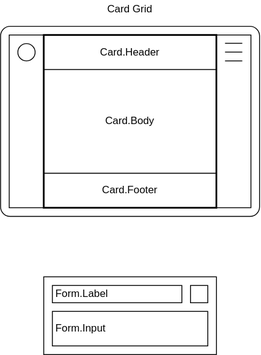
Earlier version of the draw.io export packages/ui/react-ui-mosaic/docs/mosaic.drawio.svg (dxos/dxos). Source tidied: cells renumbered, new cells last; positions are measured from the earlier drawing's top-left corner, leaving out a move shared by most shapes.
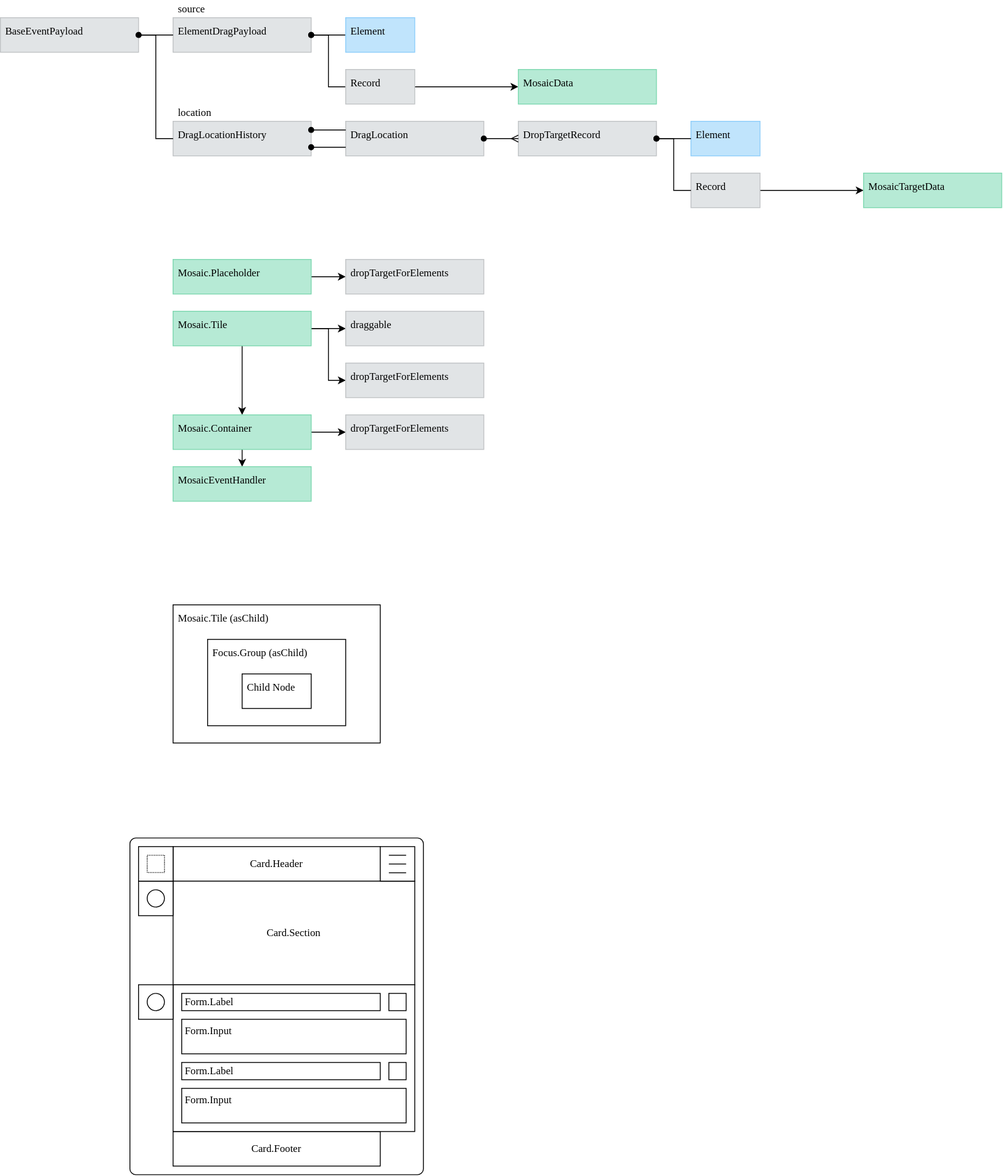
The same file after the commit.

Diff of the diagram source:
```diff
@@ -2,65 +2,241 @@
   <root>
     <mxCell id="0" />
     <mxCell id="1" parent="0" />
-    <mxCell id="2" style="rounded=0;whiteSpace=wrap;html=1;" parent="1" vertex="1">
-      <mxGeometry x="50" y="320" width="200" height="90" as="geometry" />
-    </mxCell>
-    <mxCell id="3" style="rounded=1;whiteSpace=wrap;html=1;arcSize=5;" parent="1" vertex="1">
-      <mxGeometry y="30" width="300" height="220" as="geometry" />
+    <mxCell id="3" style="rounded=1;whiteSpace=wrap;html=1;arcSize=2;fontFamily=Space Grotesk;" parent="1" vertex="1">
+      <mxGeometry y="30" width="340" height="390" as="geometry" />
     </mxCell>
-    <mxCell id="4" style="rounded=0;whiteSpace=wrap;html=1;" parent="1" vertex="1">
-      <mxGeometry x="10" y="40" width="40" height="200" as="geometry" />
-    </mxCell>
-    <mxCell id="5" value="Card.Header" style="rounded=0;whiteSpace=wrap;html=1;" parent="1" vertex="1">
-      <mxGeometry x="50" y="40" width="200" height="40" as="geometry" />
+    <mxCell id="5" value="Card.Header" style="rounded=0;whiteSpace=wrap;html=1;fontFamily=Space Grotesk;" parent="1" vertex="1">
+      <mxGeometry x="50" y="40" width="240" height="40" as="geometry" />
     </mxCell>
-    <mxCell id="6" style="rounded=0;whiteSpace=wrap;html=1;" parent="1" vertex="1">
-      <mxGeometry x="250" y="40" width="40" height="200" as="geometry" />
-    </mxCell>
-    <mxCell id="7" value="Card.Footer" style="rounded=0;whiteSpace=wrap;html=1;" parent="1" vertex="1">
-      <mxGeometry x="50" y="200" width="200" height="40" as="geometry" />
+    <mxCell id="7" value="Card.Footer" style="rounded=0;whiteSpace=wrap;html=1;fontFamily=Space Grotesk;" parent="1" vertex="1">
+      <mxGeometry x="50" y="370" width="240" height="40" as="geometry" />
     </mxCell>
-    <mxCell id="8" value="Card.Body" style="rounded=0;whiteSpace=wrap;html=1;" parent="1" vertex="1">
-      <mxGeometry x="50" y="80" width="200" height="120" as="geometry" />
+    <mxCell id="8" value="Card.Section" style="rounded=0;whiteSpace=wrap;html=1;fontFamily=Space Grotesk;" parent="1" vertex="1">
+      <mxGeometry x="50" y="80" width="280" height="120" as="geometry" />
     </mxCell>
-    <mxCell id="9" value="Card Grid" style="rounded=0;whiteSpace=wrap;html=1;fillColor=none;strokeColor=none;" parent="1" vertex="1">
-      <mxGeometry x="10" width="280" height="20" as="geometry" />
-    </mxCell>
-    <mxCell id="10" style="ellipse;whiteSpace=wrap;html=1;fillColor=none;" parent="1" vertex="1">
-      <mxGeometry x="20" y="50" width="20" height="20" as="geometry" />
-    </mxCell>
-    <mxCell id="11" value="Form.Input" style="rounded=0;whiteSpace=wrap;html=1;align=left;spacingLeft=2;" parent="1" vertex="1">
-      <mxGeometry x="60" y="360" width="180" height="40" as="geometry" />
-    </mxCell>
-    <mxCell id="12" style="rounded=0;whiteSpace=wrap;html=1;" parent="1" vertex="1">
-      <mxGeometry x="220" y="330" width="20" height="20" as="geometry" />
-    </mxCell>
-    <mxCell id="13" value="Form.Label" style="rounded=0;whiteSpace=wrap;html=1;align=left;spacingLeft=2;" parent="1" vertex="1">
-      <mxGeometry x="60" y="330" width="150" height="20" as="geometry" />
-    </mxCell>
-    <mxCell id="14" style="rounded=0;whiteSpace=wrap;html=1;fillColor=none;strokeWidth=2;" parent="1" vertex="1">
-      <mxGeometry x="50" y="40" width="200" height="200" as="geometry" />
-    </mxCell>
+    <mxCell id="19" value="Mosaic.Tile (asChild)" style="rounded=0;whiteSpace=wrap;html=1;align=left;verticalAlign=top;spacingTop=2;spacingLeft=4;spacingBottom=2;spacingRight=4;fontFamily=Space Grotesk;" parent="1" vertex="1">
+      <mxGeometry x="50" y="-240" width="240" height="160" as="geometry" />
+    </mxCell>
+    <mxCell id="20" value="Focus.Group (asChild)" style="rounded=0;whiteSpace=wrap;html=1;align=left;verticalAlign=top;spacingTop=2;spacingLeft=4;spacingBottom=2;spacingRight=4;fontFamily=Space Grotesk;" parent="1" vertex="1">
+      <mxGeometry x="90" y="-200" width="160" height="100" as="geometry" />
+    </mxCell>
+    <mxCell id="21" value="Child Node" style="rounded=0;whiteSpace=wrap;html=1;align=left;verticalAlign=top;spacingTop=2;spacingLeft=4;spacingBottom=2;spacingRight=4;fontFamily=Space Grotesk;" parent="1" vertex="1">
+      <mxGeometry x="130" y="-160" width="80" height="40" as="geometry" />
+    </mxCell>
+    <mxCell id="22" value="ElementDragPayload" style="rounded=0;whiteSpace=wrap;html=1;align=left;verticalAlign=top;spacingTop=2;spacingLeft=4;spacingBottom=2;spacingRight=4;fontFamily=Space Grotesk;fillColor=#E1E4E6;fontColor=#000000;strokeColor=#C0C3C5;" parent="1" vertex="1">
+      <mxGeometry x="50" y="-920" width="160" height="40" as="geometry" />
+    </mxCell>
+    <mxCell id="23" value="DragLocationHistory" style="rounded=0;whiteSpace=wrap;html=1;align=left;verticalAlign=top;spacingTop=2;spacingLeft=4;spacingBottom=2;spacingRight=4;fontFamily=Space Grotesk;fillColor=#E1E4E6;fontColor=#000000;strokeColor=#C0C3C5;" parent="1" vertex="1">
+      <mxGeometry x="50" y="-800" width="160" height="40" as="geometry" />
+    </mxCell>
+    <mxCell id="24" value="DragLocation" style="rounded=0;whiteSpace=wrap;html=1;align=left;verticalAlign=top;spacingTop=2;spacingLeft=4;spacingBottom=2;spacingRight=4;fontFamily=Space Grotesk;fillColor=#E1E4E6;fontColor=#000000;strokeColor=#C0C3C5;" parent="1" vertex="1">
+      <mxGeometry x="250" y="-800" width="160" height="40" as="geometry" />
+    </mxCell>
+    <mxCell id="25" value="DropTargetRecord" style="rounded=0;whiteSpace=wrap;html=1;align=left;verticalAlign=top;spacingTop=2;spacingLeft=4;spacingBottom=2;spacingRight=4;fontFamily=Space Grotesk;fillColor=#E1E4E6;fontColor=#000000;strokeColor=#C0C3C5;" parent="1" vertex="1">
+      <mxGeometry x="450" y="-800" width="160" height="40" as="geometry" />
+    </mxCell>
+    <mxCell id="26" value="Element" style="rounded=0;whiteSpace=wrap;html=1;align=left;verticalAlign=top;spacingTop=2;spacingLeft=4;spacingBottom=2;spacingRight=4;fontFamily=Space Grotesk;fillColor=#C0E4FC;fontColor=#000000;strokeColor=#8DCDFA;" parent="1" vertex="1">
+      <mxGeometry x="650" y="-800" width="80" height="40" as="geometry" />
+    </mxCell>
+    <mxCell id="27" style="edgeStyle=none;rounded=0;html=1;exitX=1;exitY=0.5;exitDx=0;exitDy=0;fontFamily=Space Grotesk;startArrow=none;startFill=0;endArrow=classic;endFill=1;" parent="1" edge="1" source="28" target="70">
+      <mxGeometry relative="1" as="geometry" />
+    </mxCell>
+    <mxCell id="28" value="Record" style="rounded=0;whiteSpace=wrap;html=1;align=left;verticalAlign=top;spacingTop=2;spacingLeft=4;spacingBottom=2;spacingRight=4;fontFamily=Space Grotesk;fillColor=#E1E4E6;fontColor=#000000;strokeColor=#C0C3C5;" parent="1" vertex="1">
+      <mxGeometry x="650" y="-740" width="80" height="40" as="geometry" />
+    </mxCell>
+    <mxCell id="29" style="edgeStyle=none;html=1;exitX=1;exitY=0.5;exitDx=0;exitDy=0;fontFamily=Space Grotesk;startArrow=oval;startFill=1;endArrow=none;endFill=0;" parent="1" edge="1" target="32">
+      <mxGeometry relative="1" as="geometry">
+        <mxPoint x="210" y="-900" as="sourcePoint" />
+      </mxGeometry>
+    </mxCell>
+    <mxCell id="30" style="edgeStyle=none;html=1;exitX=1;exitY=0.5;exitDx=0;exitDy=0;entryX=0;entryY=0.5;entryDx=0;entryDy=0;fontFamily=Space Grotesk;startArrow=oval;startFill=1;endArrow=none;endFill=0;rounded=0;" parent="1" edge="1" target="33">
+      <mxGeometry relative="1" as="geometry">
+        <mxPoint x="210" y="-900" as="sourcePoint" />
+        <Array as="points">
+          <mxPoint x="230" y="-900" />
+          <mxPoint x="230" y="-840" />
+        </Array>
+      </mxGeometry>
+    </mxCell>
+    <mxCell id="31" style="edgeStyle=none;rounded=0;html=1;fontFamily=Space Grotesk;startArrow=none;startFill=0;endArrow=classic;endFill=1;" parent="1" edge="1" source="33" target="69">
+      <mxGeometry relative="1" as="geometry" />
+    </mxCell>
+    <mxCell id="32" value="Element" style="rounded=0;whiteSpace=wrap;html=1;align=left;verticalAlign=top;spacingTop=2;spacingLeft=4;spacingBottom=2;spacingRight=4;fontFamily=Space Grotesk;fillColor=#C0E4FC;fontColor=#000000;strokeColor=#8DCDFA;" parent="1" vertex="1">
+      <mxGeometry x="250" y="-920" width="80" height="40" as="geometry" />
+    </mxCell>
+    <mxCell id="33" value="Record" style="rounded=0;whiteSpace=wrap;html=1;align=left;verticalAlign=top;spacingTop=2;spacingLeft=4;spacingBottom=2;spacingRight=4;fontFamily=Space Grotesk;fillColor=#E1E4E6;fontColor=#000000;strokeColor=#C0C3C5;" parent="1" vertex="1">
+      <mxGeometry x="250" y="-860" width="80" height="40" as="geometry" />
+    </mxCell>
+    <mxCell id="34" style="edgeStyle=none;html=1;exitX=1;exitY=0.25;exitDx=0;exitDy=0;fontFamily=Space Grotesk;endArrow=none;endFill=0;entryX=0;entryY=0.25;entryDx=0;entryDy=0;startArrow=oval;startFill=1;" parent="1" edge="1" source="23" target="24">
+      <mxGeometry relative="1" as="geometry" />
+    </mxCell>
+    <mxCell id="35" style="edgeStyle=none;html=1;exitX=1;exitY=0.75;exitDx=0;exitDy=0;entryX=0;entryY=0.75;entryDx=0;entryDy=0;fontFamily=Space Grotesk;endArrow=none;endFill=0;startArrow=oval;startFill=1;" parent="1" edge="1" source="23" target="24">
+      <mxGeometry relative="1" as="geometry" />
+    </mxCell>
+    <mxCell id="36" style="edgeStyle=none;html=1;exitX=1;exitY=0.5;exitDx=0;exitDy=0;fontFamily=Space Grotesk;endArrow=ERmany;endFill=0;startArrow=oval;startFill=1;" parent="1" edge="1" source="24" target="25">
+      <mxGeometry relative="1" as="geometry" />
+    </mxCell>
+    <mxCell id="37" style="edgeStyle=none;html=1;exitX=1;exitY=0.5;exitDx=0;exitDy=0;fontFamily=Space Grotesk;startArrow=oval;startFill=1;endArrow=none;endFill=0;" parent="1" edge="1" source="25" target="26">
+      <mxGeometry relative="1" as="geometry" />
+    </mxCell>
+    <mxCell id="38" style="edgeStyle=none;html=1;exitX=1;exitY=0.5;exitDx=0;exitDy=0;entryX=0;entryY=0.5;entryDx=0;entryDy=0;fontFamily=Space Grotesk;startArrow=oval;startFill=1;endArrow=none;endFill=0;rounded=0;" parent="1" edge="1" source="25" target="28">
+      <mxGeometry relative="1" as="geometry">
+        <Array as="points">
+          <mxPoint x="630" y="-780" />
+          <mxPoint x="630" y="-720" />
+        </Array>
+      </mxGeometry>
+    </mxCell>
+    <mxCell id="39" style="edgeStyle=none;rounded=0;html=1;exitX=1;exitY=0.5;exitDx=0;exitDy=0;entryX=0;entryY=0.5;entryDx=0;entryDy=0;fontFamily=Space Grotesk;startArrow=oval;startFill=1;endArrow=none;endFill=0;" parent="1" edge="1" source="40" target="23">
+      <mxGeometry relative="1" as="geometry">
+        <Array as="points">
+          <mxPoint x="30" y="-900" />
+          <mxPoint x="30" y="-780" />
+        </Array>
+      </mxGeometry>
+    </mxCell>
+    <mxCell id="40" value="BaseEventPayload" style="rounded=0;whiteSpace=wrap;html=1;align=left;verticalAlign=top;spacingTop=2;spacingLeft=4;spacingBottom=2;spacingRight=4;fontFamily=Space Grotesk;fillColor=#E1E4E6;fontColor=#000000;strokeColor=#C0C3C5;" parent="1" vertex="1">
+      <mxGeometry x="-150" y="-920" width="160" height="40" as="geometry" />
+    </mxCell>
+    <mxCell id="41" style="edgeStyle=none;rounded=0;html=1;exitX=1;exitY=0.5;exitDx=0;exitDy=0;fontFamily=Space Grotesk;startArrow=oval;startFill=1;endArrow=none;endFill=0;" parent="1" edge="1" source="40" target="22">
+      <mxGeometry relative="1" as="geometry" />
+    </mxCell>
+    <mxCell id="42" style="group;fontFamily=Space Grotesk;" parent="1" vertex="1">
+      <mxGeometry x="290" y="40" width="40" height="40" as="geometry" />
+    </mxCell>
+    <mxCell id="6" style="rounded=0;whiteSpace=wrap;html=1;fontFamily=Space Grotesk;" parent="42" vertex="1">
+      <mxGeometry width="40" height="40" as="geometry" />
+    </mxCell>
-    <mxCell id="15" style="group;" parent="1" vertex="1">
-      <mxGeometry x="260" y="49.6" width="20" height="20.4" as="geometry" />
+    <mxCell id="15" style="group;fontFamily=Space Grotesk;" parent="42" vertex="1">
+      <mxGeometry x="10" y="10" width="20" height="20.4" as="geometry" />
     </mxCell>
-    <mxCell id="16" style="endArrow=none;html=1;" parent="15" edge="1">
+    <mxCell id="16" style="endArrow=none;html=1;fontFamily=Space Grotesk;" parent="15" edge="1">
       <mxGeometry relative="1" as="geometry">
         <mxPoint y="20.4" as="sourcePoint" />
         <mxPoint x="20" y="20.4" as="targetPoint" />
       </mxGeometry>
     </mxCell>
-    <mxCell id="17" style="endArrow=none;html=1;" parent="15" edge="1">
+    <mxCell id="17" style="endArrow=none;html=1;fontFamily=Space Grotesk;" parent="15" edge="1">
       <mxGeometry relative="1" as="geometry">
         <mxPoint as="sourcePoint" />
         <mxPoint x="20" as="targetPoint" />
       </mxGeometry>
     </mxCell>
-    <mxCell id="18" style="endArrow=none;html=1;" parent="15" edge="1">
+    <mxCell id="18" style="endArrow=none;html=1;fontFamily=Space Grotesk;" parent="15" edge="1">
       <mxGeometry relative="1" as="geometry">
         <mxPoint y="10.2" as="sourcePoint" />
         <mxPoint x="20" y="10.2" as="targetPoint" />
       </mxGeometry>
     </mxCell>
+    <mxCell id="43" style="group;fontFamily=Space Grotesk;" parent="1" vertex="1">
+      <mxGeometry x="10" y="80" width="40" height="40" as="geometry" />
+    </mxCell>
+    <mxCell id="44" style="rounded=0;whiteSpace=wrap;html=1;fontFamily=Space Grotesk;" parent="43" vertex="1">
+      <mxGeometry width="40" height="40" as="geometry" />
+    </mxCell>
+    <mxCell id="45" style="ellipse;whiteSpace=wrap;html=1;fillColor=none;fontFamily=Space Grotesk;" parent="43" vertex="1">
+      <mxGeometry x="10" y="10" width="20" height="20" as="geometry" />
+    </mxCell>
+    <mxCell id="46" style="group;fontFamily=Space Grotesk;" parent="1" vertex="1">
+      <mxGeometry x="10" y="40" width="40" height="40" as="geometry" />
+    </mxCell>
+    <mxCell id="4" style="rounded=0;whiteSpace=wrap;html=1;fontFamily=Space Grotesk;" parent="46" vertex="1">
+      <mxGeometry width="40" height="40" as="geometry" />
+    </mxCell>
+    <mxCell id="47" style="rounded=0;whiteSpace=wrap;html=1;dashed=1;dashPattern=1 1;fontFamily=Space Grotesk;" parent="46" vertex="1">
+      <mxGeometry x="10" y="10" width="20" height="20" as="geometry" />
+    </mxCell>
+    <mxCell id="48" style="group;fontFamily=Space Grotesk;verticalAlign=top;" parent="1" vertex="1">
+      <mxGeometry x="50" y="200" width="280" height="170" as="geometry" />
+    </mxCell>
+    <mxCell id="2" style="rounded=0;whiteSpace=wrap;html=1;fontFamily=Space Grotesk;" parent="48" vertex="1">
+      <mxGeometry width="280" height="170" as="geometry" />
+    </mxCell>
+    <mxCell id="11" value="Form.Input" style="rounded=0;whiteSpace=wrap;html=1;align=left;spacingLeft=2;fontFamily=Space Grotesk;verticalAlign=top;" parent="48" vertex="1">
+      <mxGeometry x="10" y="40" width="260" height="40" as="geometry" />
+    </mxCell>
+    <mxCell id="12" style="rounded=0;whiteSpace=wrap;html=1;fontFamily=Space Grotesk;" parent="48" vertex="1">
+      <mxGeometry x="250" y="10" width="20" height="20" as="geometry" />
+    </mxCell>
+    <mxCell id="13" value="Form.Label" style="rounded=0;whiteSpace=wrap;html=1;align=left;spacingLeft=2;fontFamily=Space Grotesk;" parent="48" vertex="1">
+      <mxGeometry x="10" y="10" width="230" height="20" as="geometry" />
+    </mxCell>
+    <mxCell id="49" value="Form.Input" style="rounded=0;whiteSpace=wrap;html=1;align=left;spacingLeft=2;fontFamily=Space Grotesk;verticalAlign=top;" parent="48" vertex="1">
+      <mxGeometry x="10" y="120" width="260" height="40" as="geometry" />
+    </mxCell>
+    <mxCell id="50" style="rounded=0;whiteSpace=wrap;html=1;fontFamily=Space Grotesk;" parent="48" vertex="1">
+      <mxGeometry x="250" y="90" width="20" height="20" as="geometry" />
+    </mxCell>
+    <mxCell id="51" value="Form.Label" style="rounded=0;whiteSpace=wrap;html=1;align=left;spacingLeft=2;fontFamily=Space Grotesk;" parent="48" vertex="1">
+      <mxGeometry x="10" y="90" width="230" height="20" as="geometry" />
+    </mxCell>
+    <mxCell id="52" style="group;fontFamily=Space Grotesk;" parent="1" vertex="1">
+      <mxGeometry x="10" y="200" width="40" height="40" as="geometry" />
+    </mxCell>
+    <mxCell id="53" style="rounded=0;whiteSpace=wrap;html=1;fontFamily=Space Grotesk;" parent="52" vertex="1">
+      <mxGeometry width="40" height="40" as="geometry" />
+    </mxCell>
+    <mxCell id="54" style="ellipse;whiteSpace=wrap;html=1;fillColor=none;fontFamily=Space Grotesk;" parent="52" vertex="1">
+      <mxGeometry x="10" y="10" width="20" height="20" as="geometry" />
+    </mxCell>
+    <mxCell id="55" style="edgeStyle=none;rounded=0;html=1;exitX=0.5;exitY=1;exitDx=0;exitDy=0;entryX=0.5;entryY=0;entryDx=0;entryDy=0;fontFamily=Space Grotesk;startArrow=none;startFill=0;endArrow=classic;endFill=1;" parent="1" edge="1" source="58" target="61">
+      <mxGeometry relative="1" as="geometry" />
+    </mxCell>
+    <mxCell id="56" style="edgeStyle=none;rounded=0;html=1;exitX=1;exitY=0.5;exitDx=0;exitDy=0;fontFamily=Space Grotesk;startArrow=none;startFill=0;endArrow=classic;endFill=1;" parent="1" edge="1" source="58" target="64">
+      <mxGeometry relative="1" as="geometry" />
+    </mxCell>
+    <mxCell id="57" style="edgeStyle=none;rounded=0;html=1;exitX=1;exitY=0.5;exitDx=0;exitDy=0;entryX=0;entryY=0.5;entryDx=0;entryDy=0;fontFamily=Space Grotesk;startArrow=none;startFill=0;endArrow=classic;endFill=1;" parent="1" edge="1" source="58" target="63">
+      <mxGeometry relative="1" as="geometry">
+        <Array as="points">
+          <mxPoint x="230" y="-560" />
+          <mxPoint x="230" y="-500" />
+        </Array>
+      </mxGeometry>
+    </mxCell>
+    <mxCell id="58" value="Mosaic.Tile" style="rounded=0;whiteSpace=wrap;html=1;align=left;verticalAlign=top;spacingTop=2;spacingLeft=4;spacingBottom=2;spacingRight=4;fontFamily=Space Grotesk;fillColor=#B6EAD5;fontColor=#000000;strokeColor=#7CD7AF;" parent="1" vertex="1">
+      <mxGeometry x="50" y="-580" width="160" height="40" as="geometry" />
+    </mxCell>
+    <mxCell id="59" style="edgeStyle=none;rounded=0;html=1;fontFamily=Space Grotesk;startArrow=none;startFill=0;endArrow=classic;endFill=1;" parent="1" edge="1" source="61" target="62">
+      <mxGeometry relative="1" as="geometry" />
+    </mxCell>
+    <mxCell id="60" style="edgeStyle=none;rounded=0;html=1;exitX=1;exitY=0.5;exitDx=0;exitDy=0;fontFamily=Space Grotesk;startArrow=none;startFill=0;endArrow=classic;endFill=1;" parent="1" edge="1" source="61" target="65">
+      <mxGeometry relative="1" as="geometry" />
+    </mxCell>
+    <mxCell id="61" value="Mosaic.Container" style="rounded=0;whiteSpace=wrap;html=1;align=left;verticalAlign=top;spacingTop=2;spacingLeft=4;spacingBottom=2;spacingRight=4;fontFamily=Space Grotesk;fillColor=#B6EAD5;fontColor=#000000;strokeColor=#7CD7AF;" parent="1" vertex="1">
+      <mxGeometry x="50" y="-460" width="160" height="40" as="geometry" />
+    </mxCell>
+    <mxCell id="62" value="MosaicEventHandler" style="rounded=0;whiteSpace=wrap;html=1;align=left;verticalAlign=top;spacingTop=2;spacingLeft=4;spacingBottom=2;spacingRight=4;fontFamily=Space Grotesk;fillColor=#B6EAD5;fontColor=#000000;strokeColor=#7CD7AF;" parent="1" vertex="1">
+      <mxGeometry x="50" y="-400" width="160" height="40" as="geometry" />
+    </mxCell>
+    <mxCell id="63" value="dropTargetForElements" style="rounded=0;whiteSpace=wrap;html=1;align=left;verticalAlign=top;spacingTop=2;spacingLeft=4;spacingBottom=2;spacingRight=4;fontFamily=Space Grotesk;fillColor=#E1E4E6;fontColor=#000000;strokeColor=#C0C3C5;" parent="1" vertex="1">
+      <mxGeometry x="250" y="-520" width="160" height="40" as="geometry" />
+    </mxCell>
+    <mxCell id="64" value="draggable" style="rounded=0;whiteSpace=wrap;html=1;align=left;verticalAlign=top;spacingTop=2;spacingLeft=4;spacingBottom=2;spacingRight=4;fontFamily=Space Grotesk;fillColor=#E1E4E6;fontColor=#000000;strokeColor=#C0C3C5;" parent="1" vertex="1">
+      <mxGeometry x="250" y="-580" width="160" height="40" as="geometry" />
+    </mxCell>
+    <mxCell id="65" value="dropTargetForElements" style="rounded=0;whiteSpace=wrap;html=1;align=left;verticalAlign=top;spacingTop=2;spacingLeft=4;spacingBottom=2;spacingRight=4;fontFamily=Space Grotesk;fillColor=#E1E4E6;fontColor=#000000;strokeColor=#C0C3C5;" parent="1" vertex="1">
+      <mxGeometry x="250" y="-460" width="160" height="40" as="geometry" />
+    </mxCell>
+    <mxCell id="66" style="edgeStyle=none;rounded=0;html=1;exitX=1;exitY=0.5;exitDx=0;exitDy=0;fontFamily=Space Grotesk;startArrow=none;startFill=0;endArrow=classic;endFill=1;" parent="1" edge="1" source="67" target="68">
+      <mxGeometry relative="1" as="geometry" />
+    </mxCell>
+    <mxCell id="67" value="Mosaic.Placeholder" style="rounded=0;whiteSpace=wrap;html=1;align=left;verticalAlign=top;spacingTop=2;spacingLeft=4;spacingBottom=2;spacingRight=4;fontFamily=Space Grotesk;fillColor=#B6EAD5;fontColor=#000000;strokeColor=#7CD7AF;" parent="1" vertex="1">
+      <mxGeometry x="50" y="-640" width="160" height="40" as="geometry" />
+    </mxCell>
+    <mxCell id="68" value="dropTargetForElements" style="rounded=0;whiteSpace=wrap;html=1;align=left;verticalAlign=top;spacingTop=2;spacingLeft=4;spacingBottom=2;spacingRight=4;fontFamily=Space Grotesk;fillColor=#E1E4E6;fontColor=#000000;strokeColor=#C0C3C5;" parent="1" vertex="1">
+      <mxGeometry x="250" y="-640" width="160" height="40" as="geometry" />
+    </mxCell>
+    <mxCell id="69" value="MosaicData" style="rounded=0;whiteSpace=wrap;html=1;align=left;verticalAlign=top;spacingTop=2;spacingLeft=4;spacingBottom=2;spacingRight=4;fontFamily=Space Grotesk;fillColor=#B6EAD5;fontColor=#000000;strokeColor=#7CD7AF;" parent="1" vertex="1">
+      <mxGeometry x="450" y="-860" width="160" height="40" as="geometry" />
+    </mxCell>
+    <mxCell id="70" value="MosaicTargetData" style="rounded=0;whiteSpace=wrap;html=1;align=left;verticalAlign=top;spacingTop=2;spacingLeft=4;spacingBottom=2;spacingRight=4;fontFamily=Space Grotesk;fillColor=#B6EAD5;fontColor=#000000;strokeColor=#7CD7AF;" parent="1" vertex="1">
+      <mxGeometry x="850" y="-740" width="160" height="40" as="geometry" />
+    </mxCell>
+    <mxCell id="71" value="source" style="rounded=0;whiteSpace=wrap;html=1;align=left;verticalAlign=middle;spacingTop=2;spacingLeft=4;spacingBottom=2;spacingRight=4;fontFamily=Space Grotesk;fillColor=none;fontColor=#000000;strokeColor=none;" parent="1" vertex="1">
+      <mxGeometry x="50" y="-940" width="160" height="20" as="geometry" />
+    </mxCell>
+    <mxCell id="72" value="location" style="rounded=0;whiteSpace=wrap;html=1;align=left;verticalAlign=middle;spacingTop=2;spacingLeft=4;spacingBottom=2;spacingRight=4;fontFamily=Space Grotesk;fillColor=none;fontColor=#000000;strokeColor=none;" parent="1" vertex="1">
+      <mxGeometry x="50" y="-820" width="160" height="20" as="geometry" />
+    </mxCell>
   </root>
 </mxGraphModel>
```
